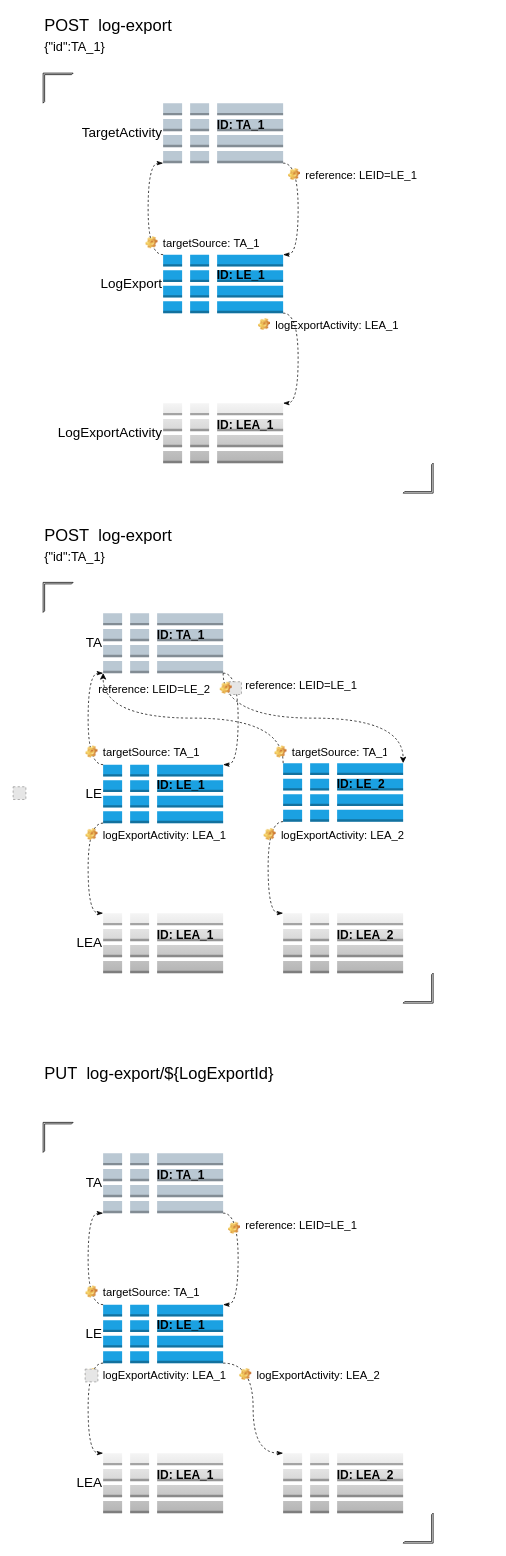
This is page "Cases" (5 of 5) of st/Log.drawio from gaivin/drawio, a draw.io file, before an edit. Source tidied: cells renumbered, new cells numbered last; positions are measured from the earlier drawing's top-left corner, leaving out a move shared by most shapes. Both pictures are drawn from the tidied source at 75%, with x=0, y=0 at pixel (13, 13). Pictures stored in the file or linked from it are replaced by grey dashed boxes.
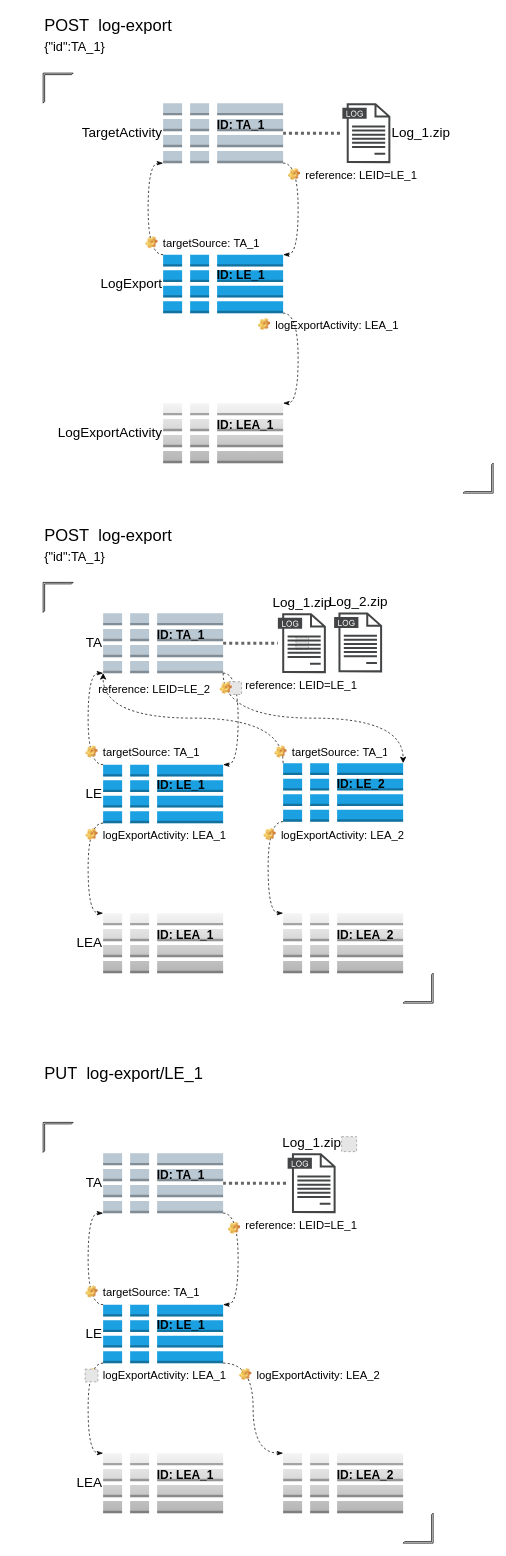
Above is the later version.

Unchanged cells that the change refers to:
```xml
<mxCell id="27" value="TargetActivity" style="outlineConnect=0;dashed=0;verticalLabelPosition=middle;verticalAlign=middle;align=right;html=1;shape=mxgraph.aws3.global_secondary_index;fillColor=#bac8d3;fontSize=18;strokeColor=#23445d;points=[[0,0,0,0,0],[0,0.5,0,0,0],[0,1,0,0,0],[0.33,0,0,0,0],[0.33,1,0,0,0],[0.5,0,0,0,0],[0.5,1,0,0,0],[0.67,0,0,0,0],[0.67,1,0,0,0],[1,0,0,0,0],[1,0.5,0,0,0],[1,1,0,0,0]];labelPosition=left;" parent="1" vertex="1">
  <mxGeometry x="200" y="120" width="160" height="80" as="geometry" />
</mxCell>
<mxCell id="45" value="TA" style="outlineConnect=0;dashed=0;verticalLabelPosition=middle;verticalAlign=middle;align=right;html=1;shape=mxgraph.aws3.global_secondary_index;fillColor=#bac8d3;fontSize=18;strokeColor=#23445d;points=[[0,0,0,0,0],[0,0.5,0,0,0],[0,1,0,0,0],[0.33,0,0,0,0],[0.33,1,0,0,0],[0.5,0,0,0,0],[0.5,1,0,0,0],[0.67,0,0,0,0],[0.67,1,0,0,0],[1,0,0,0,0],[1,0.5,0,0,0],[1,1,0,0,0]];labelPosition=left;" parent="1" vertex="1">
  <mxGeometry x="120" y="1520" width="160" height="80" as="geometry" />
</mxCell>
```

What changed in the source:
```diff
@@
+    <mxCell id="39" style="rounded=0;whiteSpace=wrap;html=1;strokeColor=none;fontSize=18;" parent="1" vertex="1">
+      <mxGeometry x="40" y="1480" width="520" height="560" as="geometry" />
+    </mxCell>
@@
     <mxCell id="19" style="verticalLabelPosition=bottom;verticalAlign=top;html=1;shape=mxgraph.basic.frame_corner;dx=2;whiteSpace=wrap;strokeColor=default;fontSize=16;rotation=-180;" parent="1" vertex="1">
-      <mxGeometry x="520" y="600" width="40" height="40" as="geometry" />
+      <mxGeometry x="600" y="600" width="40" height="40" as="geometry" />
     </mxCell>
@@
+    <mxCell id="66" style="edgeStyle=orthogonalEdgeStyle;curved=1;rounded=0;jettySize=auto;html=1;exitX=1;exitY=0.5;exitDx=0;exitDy=0;exitPerimeter=0;dashed=1;fontSize=18;dashPattern=1 1;strokeWidth=4;endArrow=none;endFill=0;fillColor=#f5f5f5;strokeColor=#666666;" parent="1" edge="1" source="27" target="69">
+      <mxGeometry relative="1" as="geometry" />
+    </mxCell>
@@
     <mxCell id="32" value="ID: TA_1" style="text;html=1;strokeColor=none;fillColor=none;align=left;verticalAlign=middle;whiteSpace=wrap;rounded=0;fontSize=16;fontStyle=1;" parent="1" vertex="1">
-      <mxGeometry x="270" y="139" width="90" height="20" as="geometry" />
+      <mxGeometry x="270" y="139" width="80" height="20" as="geometry" />
     </mxCell>
@@
     <mxCell id="38" style="fillColor=#E6E6E6;strokeColor=#999999;dashed=1;html=1;verticalAlign=top;verticalLabelPosition=bottom;labelBackgroundColor=#ffffff;fontSize=18;" parent="1" vertex="1">
-      <mxGeometry y="1031.5" width="17" height="17" as="geometry" />
+      <mxGeometry x="377" y="831.5" width="17" height="17" as="geometry" />
     </mxCell>
-    <mxCell id="39" style="rounded=0;whiteSpace=wrap;html=1;strokeColor=none;fontSize=18;" parent="1" vertex="1">
-      <mxGeometry x="40" y="1480" width="520" height="560" as="geometry" />
-    </mxCell>
@@
+    <mxCell id="67" style="edgeStyle=orthogonalEdgeStyle;curved=1;rounded=0;jettySize=auto;html=1;exitX=1;exitY=0.5;exitDx=0;exitDy=0;exitPerimeter=0;dashed=1;dashPattern=1 1;strokeWidth=4;fontSize=18;endArrow=none;endFill=0;fillColor=#f5f5f5;strokeColor=#666666;" parent="1" edge="1" source="45" target="72">
+      <mxGeometry relative="1" as="geometry" />
+    </mxCell>
@@
     <mxCell id="50" value="ID: TA_1" style="text;html=1;strokeColor=none;fillColor=none;align=left;verticalAlign=middle;whiteSpace=wrap;rounded=0;fontSize=16;fontStyle=1;" parent="1" vertex="1">
-      <mxGeometry x="190" y="1539" width="90" height="20" as="geometry" />
+      <mxGeometry x="190" y="1539" width="70" height="20" as="geometry" />
     </mxCell>
@@
-    <mxCell id="53" value="PUT&amp;nbsp; log-export/${LogExportId}" style="text;html=1;strokeColor=none;fillColor=none;align=left;verticalAlign=middle;whiteSpace=wrap;rounded=0;fontSize=22;" parent="1" vertex="1">
+    <mxCell id="53" value="PUT&amp;nbsp; log-export/LE_1" style="text;html=1;strokeColor=none;fillColor=none;align=left;verticalAlign=middle;whiteSpace=wrap;rounded=0;fontSize=22;" parent="1" vertex="1">
       <mxGeometry x="40" y="1400" width="440" height="30" as="geometry" />
     </mxCell>
@@
+    <mxCell id="68" style="edgeStyle=orthogonalEdgeStyle;curved=1;rounded=0;jettySize=auto;html=1;exitX=1;exitY=0.5;exitDx=0;exitDy=0;exitPerimeter=0;dashed=1;fontSize=18;dashPattern=1 1;strokeWidth=4;endArrow=none;endFill=0;fillColor=#f5f5f5;strokeColor=#666666;" parent="1" edge="1" target="70">
+      <mxGeometry relative="1" as="geometry">
+        <mxPoint x="280" y="840" as="sourcePoint" />
+      </mxGeometry>
+    </mxCell>
+    <mxCell id="69" value="Log_1.zip" style="sketch=0;shadow=0;dashed=0;html=1;strokeColor=none;fillColor=#434445;labelPosition=right;verticalLabelPosition=middle;verticalAlign=middle;align=left;outlineConnect=0;shape=mxgraph.vvd.log_files;fontSize=18;" parent="1" vertex="1">
+      <mxGeometry x="439" y="120" width="64" height="80" as="geometry" />
+    </mxCell>
+    <mxCell id="70" value="Log_1.zip" style="sketch=0;shadow=0;dashed=0;html=1;strokeColor=none;fillColor=#434445;labelPosition=center;verticalLabelPosition=top;verticalAlign=bottom;align=center;outlineConnect=0;shape=mxgraph.vvd.log_files;fontSize=18;" parent="1" vertex="1">
+      <mxGeometry x="353" y="800" width="64" height="80" as="geometry" />
+    </mxCell>
+    <mxCell id="71" value="Log_2.zip" style="sketch=0;shadow=0;dashed=0;html=1;strokeColor=none;fillColor=#434445;labelPosition=center;verticalLabelPosition=top;verticalAlign=bottom;align=center;shape=mxgraph.vvd.log_files;fontSize=18;" parent="1" vertex="1">
+      <mxGeometry x="428" y="799" width="64" height="80" as="geometry" />
+    </mxCell>
+    <mxCell id="72" value="Log_1.zip" style="sketch=0;shadow=0;dashed=0;html=1;strokeColor=none;fillColor=#434445;labelPosition=center;verticalLabelPosition=top;verticalAlign=bottom;align=center;outlineConnect=0;shape=mxgraph.vvd.log_files;fontSize=18;" parent="1" vertex="1">
+      <mxGeometry x="366" y="1520" width="64" height="80" as="geometry" />
+    </mxCell>
+    <mxCell id="73" style="fillColor=#E6E6E6;strokeColor=#999999;dashed=1;html=1;verticalAlign=top;verticalLabelPosition=bottom;labelBackgroundColor=#ffffff;fontSize=18;" parent="1" vertex="1">
+      <mxGeometry x="438" y="1498" width="20" height="20" as="geometry" />
+    </mxCell>
```
